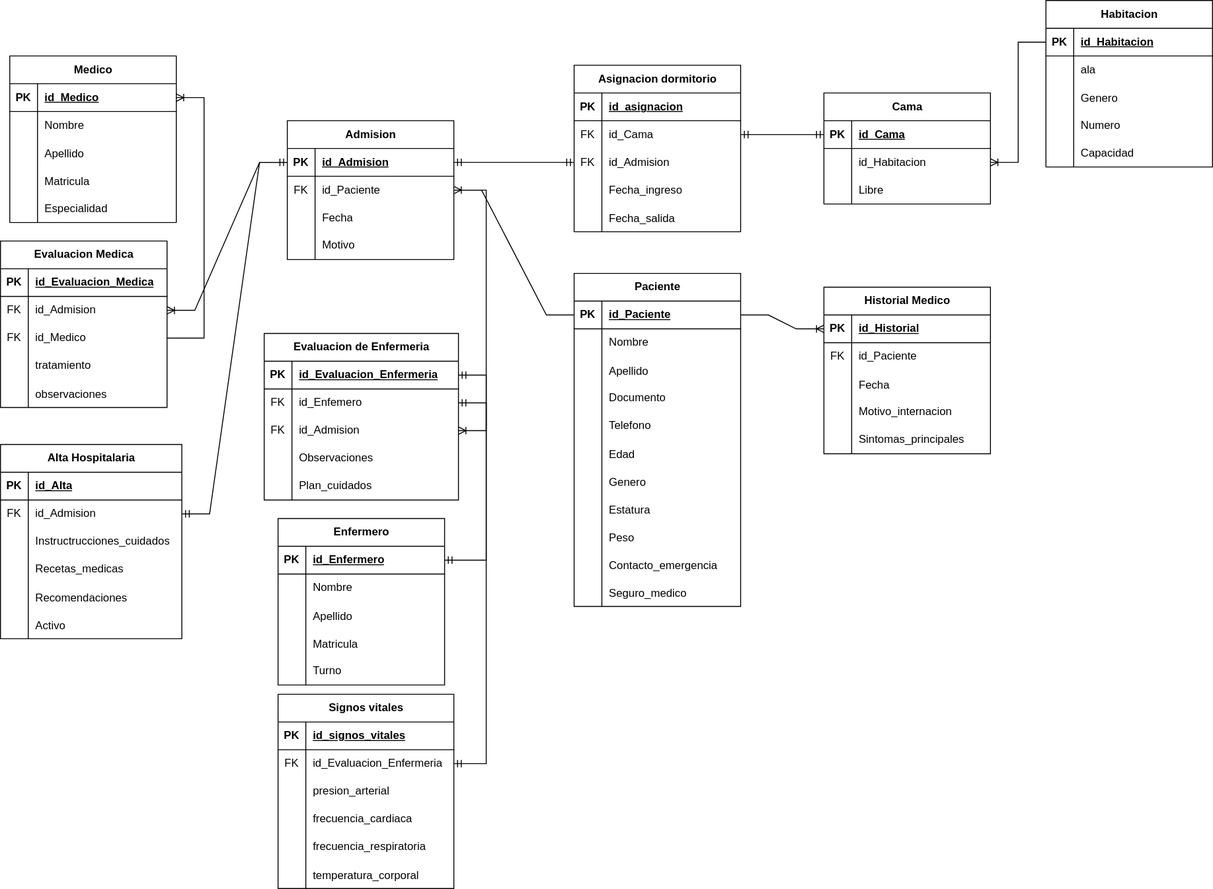
Tomas-Suarez/Integrador-web-II keeps this draw.io diagram as Hospital Information System - DER.svg. Above is the earlier version. Source tidied: cells renumbered, new cells last; positions are measured from the earlier drawing's top-left corner, leaving out a move shared by most shapes.
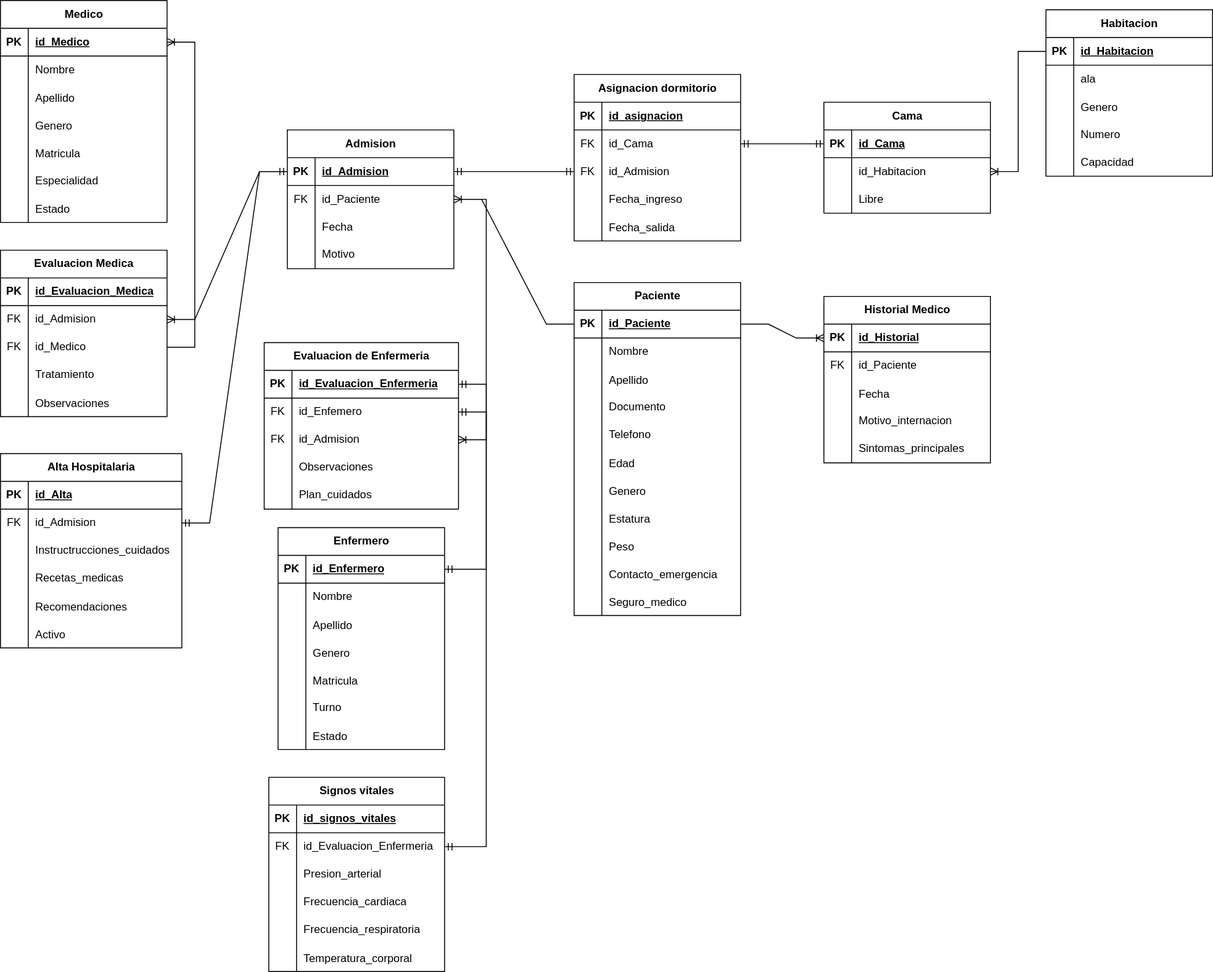
After the commit.

Diff of the diagram source:
```diff
@@ -327,7 +327,7 @@
       <mxGeometry x="30" width="166" height="30" as="geometry" />
     </mxCell>
     <mxCell id="110" value="Enfermero" style="shape=table;startSize=30;rowLines=0;fontStyle=1;align=center;html=1;" parent="1" vertex="1">
-      <mxGeometry x="300" y="560" width="180" height="180" as="geometry" />
+      <mxGeometry x="300" y="560" width="180" height="240" as="geometry" />
     </mxCell>
     <mxCell id="111" style="shape=tableRow;horizontal=0;startSize=0;swimlaneHead=0;swimlaneBody=0;fillColor=none;points=[[0,0.5],[1,0.5]];portConstraint=eastwest;top=0;left=0;right=0;bottom=1;" parent="110" vertex="1">
       <mxGeometry y="30" width="180" height="30" as="geometry" />
@@ -356,8 +356,17 @@
     <mxCell id="119" value="Apellido" style="shape=partialRectangle;fillColor=none;top=0;left=0;bottom=0;right=0;align=left;spacingLeft=6;overflow=hidden;" parent="117" vertex="1">
       <mxGeometry x="30" width="150" height="30" as="geometry" />
     </mxCell>
+    <mxCell id="220" style="shape=tableRow;horizontal=0;startSize=0;swimlaneHead=0;swimlaneBody=0;fillColor=none;top=0;left=0;right=0;bottom=0;" parent="110" vertex="1">
+      <mxGeometry y="120" width="180" height="30" as="geometry" />
+    </mxCell>
+    <mxCell id="221" style="shape=partialRectangle;fillColor=none;top=0;left=0;bottom=0;right=0;overflow=hidden;" parent="220" vertex="1">
+      <mxGeometry width="30" height="30" as="geometry" />
+    </mxCell>
+    <mxCell id="222" value="Genero" style="shape=partialRectangle;fillColor=none;top=0;left=0;bottom=0;right=0;align=left;spacingLeft=6;overflow=hidden;" parent="220" vertex="1">
+      <mxGeometry x="30" width="150" height="30" as="geometry" />
+    </mxCell>
     <mxCell id="120" style="shape=tableRow;horizontal=0;startSize=0;swimlaneHead=0;swimlaneBody=0;fillColor=none;top=0;left=0;right=0;bottom=0;" parent="110" vertex="1">
-      <mxGeometry y="120" width="180" height="30" as="geometry" />
+      <mxGeometry y="150" width="180" height="30" as="geometry" />
     </mxCell>
     <mxCell id="121" style="shape=partialRectangle;fillColor=none;top=0;left=0;bottom=0;right=0;overflow=hidden;" parent="120" vertex="1">
       <mxGeometry width="30" height="30" as="geometry" />
@@ -366,7 +375,7 @@
       <mxGeometry x="30" width="150" height="30" as="geometry" />
     </mxCell>
     <mxCell id="123" style="shape=tableRow;horizontal=0;startSize=0;swimlaneHead=0;swimlaneBody=0;fillColor=none;top=0;left=0;right=0;bottom=0;" parent="110" vertex="1">
-      <mxGeometry y="150" width="180" height="30" as="geometry" />
+      <mxGeometry y="180" width="180" height="30" as="geometry" />
     </mxCell>
     <mxCell id="124" style="shape=partialRectangle;fillColor=none;top=0;left=0;bottom=0;right=0;overflow=hidden;whiteSpace=wrap;html=1;" parent="123" vertex="1">
       <mxGeometry width="30" height="30" as="geometry" />
@@ -374,6 +383,15 @@
     <mxCell id="125" value="Turno" style="shape=partialRectangle;fillColor=none;top=0;left=0;bottom=0;right=0;align=left;spacingLeft=6;overflow=hidden;whiteSpace=wrap;html=1;" parent="123" vertex="1">
       <mxGeometry x="30" width="150" height="30" as="geometry" />
     </mxCell>
+    <mxCell id="223" style="shape=tableRow;horizontal=0;startSize=0;swimlaneHead=0;swimlaneBody=0;fillColor=none;top=0;left=0;right=0;bottom=0;" parent="110" vertex="1">
+      <mxGeometry y="210" width="180" height="30" as="geometry" />
+    </mxCell>
+    <mxCell id="224" style="shape=partialRectangle;fillColor=none;top=0;left=0;bottom=0;right=0;overflow=hidden;" parent="223" vertex="1">
+      <mxGeometry width="30" height="30" as="geometry" />
+    </mxCell>
+    <mxCell id="225" value="Estado" style="shape=partialRectangle;fillColor=none;top=0;left=0;bottom=0;right=0;align=left;spacingLeft=6;overflow=hidden;" parent="223" vertex="1">
+      <mxGeometry x="30" width="150" height="30" as="geometry" />
+    </mxCell>
     <mxCell id="126" style="edgeStyle=entityRelationEdgeStyle;fontSize=12;html=1;endArrow=ERoneToMany;rounded=0;" parent="1" edge="1" source="76" target="69">
       <mxGeometry relative="1" as="geometry" />
     </mxCell>
@@ -473,7 +491,7 @@
     <mxCell id="158" style="shape=partialRectangle;fillColor=none;top=0;left=0;bottom=0;right=0;overflow=hidden;whiteSpace=wrap;html=1;" parent="157" vertex="1">
       <mxGeometry width="30" height="30" as="geometry" />
     </mxCell>
-    <mxCell id="159" value="tratamiento" style="shape=partialRectangle;fillColor=none;top=0;left=0;bottom=0;right=0;align=left;spacingLeft=6;overflow=hidden;whiteSpace=wrap;html=1;" parent="157" vertex="1">
+    <mxCell id="159" value="Tratamiento" style="shape=partialRectangle;fillColor=none;top=0;left=0;bottom=0;right=0;align=left;spacingLeft=6;overflow=hidden;whiteSpace=wrap;html=1;" parent="157" vertex="1">
       <mxGeometry x="30" width="150" height="30" as="geometry" />
     </mxCell>
     <mxCell id="160" style="shape=tableRow;horizontal=0;startSize=0;swimlaneHead=0;swimlaneBody=0;fillColor=none;top=0;left=0;right=0;bottom=0;" parent="147" vertex="1">
@@ -482,7 +500,7 @@
     <mxCell id="161" style="shape=partialRectangle;fillColor=none;top=0;left=0;bottom=0;right=0;overflow=hidden;" parent="160" vertex="1">
       <mxGeometry width="30" height="30" as="geometry" />
     </mxCell>
-    <mxCell id="162" value="observaciones" style="shape=partialRectangle;fillColor=none;top=0;left=0;bottom=0;right=0;align=left;spacingLeft=6;overflow=hidden;" parent="160" vertex="1">
+    <mxCell id="162" value="Observaciones" style="shape=partialRectangle;fillColor=none;top=0;left=0;bottom=0;right=0;align=left;spacingLeft=6;overflow=hidden;" parent="160" vertex="1">
       <mxGeometry x="30" width="150" height="30" as="geometry" />
     </mxCell>
     <mxCell id="163" value="Evaluacion de Enfermeria" style="shape=table;startSize=30;rowLines=0;fontStyle=1;align=center;html=1;" parent="1" vertex="1">
@@ -534,7 +552,7 @@
       <mxGeometry x="30" width="180" height="30" as="geometry" />
     </mxCell>
     <mxCell id="179" value="Medico" style="shape=table;startSize=30;rowLines=0;fontStyle=1;align=center;html=1;" parent="1" vertex="1">
-      <mxGeometry x="10" y="60" width="180" height="180" as="geometry" />
+      <mxGeometry y="-10" width="180" height="240" as="geometry" />
     </mxCell>
     <mxCell id="180" style="shape=tableRow;horizontal=0;startSize=0;swimlaneHead=0;swimlaneBody=0;fillColor=none;points=[[0,0.5],[1,0.5]];portConstraint=eastwest;top=0;left=0;right=0;bottom=1;" parent="179" vertex="1">
       <mxGeometry y="30" width="180" height="30" as="geometry" />
@@ -563,8 +581,17 @@
     <mxCell id="188" value="Apellido" style="shape=partialRectangle;fillColor=none;top=0;left=0;bottom=0;right=0;align=left;spacingLeft=6;overflow=hidden;" parent="186" vertex="1">
       <mxGeometry x="30" width="150" height="30" as="geometry" />
     </mxCell>
+    <mxCell id="226" style="shape=tableRow;horizontal=0;startSize=0;swimlaneHead=0;swimlaneBody=0;fillColor=none;top=0;left=0;right=0;bottom=0;" parent="179" vertex="1">
+      <mxGeometry y="120" width="180" height="30" as="geometry" />
+    </mxCell>
+    <mxCell id="227" style="shape=partialRectangle;fillColor=none;top=0;left=0;bottom=0;right=0;overflow=hidden;" parent="226" vertex="1">
+      <mxGeometry width="30" height="30" as="geometry" />
+    </mxCell>
+    <mxCell id="228" value="Genero" style="shape=partialRectangle;fillColor=none;top=0;left=0;bottom=0;right=0;align=left;spacingLeft=6;overflow=hidden;" parent="226" vertex="1">
+      <mxGeometry x="30" width="150" height="30" as="geometry" />
+    </mxCell>
     <mxCell id="189" style="shape=tableRow;horizontal=0;startSize=0;swimlaneHead=0;swimlaneBody=0;fillColor=none;top=0;left=0;right=0;bottom=0;" parent="179" vertex="1">
-      <mxGeometry y="120" width="180" height="30" as="geometry" />
+      <mxGeometry y="150" width="180" height="30" as="geometry" />
     </mxCell>
     <mxCell id="190" style="shape=partialRectangle;fillColor=none;top=0;left=0;bottom=0;right=0;overflow=hidden;" parent="189" vertex="1">
       <mxGeometry width="30" height="30" as="geometry" />
@@ -573,7 +600,7 @@
       <mxGeometry x="30" width="150" height="30" as="geometry" />
     </mxCell>
     <mxCell id="192" style="shape=tableRow;horizontal=0;startSize=0;swimlaneHead=0;swimlaneBody=0;fillColor=none;top=0;left=0;right=0;bottom=0;" parent="179" vertex="1">
-      <mxGeometry y="150" width="180" height="30" as="geometry" />
+      <mxGeometry y="180" width="180" height="30" as="geometry" />
     </mxCell>
     <mxCell id="193" style="shape=partialRectangle;fillColor=none;top=0;left=0;bottom=0;right=0;overflow=hidden;whiteSpace=wrap;html=1;" parent="192" vertex="1">
       <mxGeometry width="30" height="30" as="geometry" />
@@ -581,6 +608,15 @@
     <mxCell id="194" value="Especialidad" style="shape=partialRectangle;fillColor=none;top=0;left=0;bottom=0;right=0;align=left;spacingLeft=6;overflow=hidden;whiteSpace=wrap;html=1;" parent="192" vertex="1">
       <mxGeometry x="30" width="150" height="30" as="geometry" />
     </mxCell>
+    <mxCell id="229" style="shape=tableRow;horizontal=0;startSize=0;swimlaneHead=0;swimlaneBody=0;fillColor=none;top=0;left=0;right=0;bottom=0;" parent="179" vertex="1">
+      <mxGeometry y="210" width="180" height="30" as="geometry" />
+    </mxCell>
+    <mxCell id="230" style="shape=partialRectangle;fillColor=none;top=0;left=0;bottom=0;right=0;overflow=hidden;" parent="229" vertex="1">
+      <mxGeometry width="30" height="30" as="geometry" />
+    </mxCell>
+    <mxCell id="231" value="Estado" style="shape=partialRectangle;fillColor=none;top=0;left=0;bottom=0;right=0;align=left;spacingLeft=6;overflow=hidden;" parent="229" vertex="1">
+      <mxGeometry x="30" width="150" height="30" as="geometry" />
+    </mxCell>
     <mxCell id="195" style="edgeStyle=entityRelationEdgeStyle;fontSize=12;html=1;endArrow=ERoneToMany;rounded=0;" parent="1" edge="1" source="154" target="180">
       <mxGeometry relative="1" as="geometry" />
     </mxCell>
@@ -588,7 +624,7 @@
       <mxGeometry relative="1" as="geometry" />
     </mxCell>
     <mxCell id="197" value="Signos vitales" style="shape=table;startSize=30;rowLines=0;fontStyle=1;align=center;html=1;" parent="1" vertex="1">
-      <mxGeometry x="300" y="750" width="190" height="210" as="geometry" />
+      <mxGeometry x="290" y="830" width="190" height="210" as="geometry" />
     </mxCell>
     <mxCell id="198" style="shape=tableRow;horizontal=0;startSize=0;swimlaneHead=0;swimlaneBody=0;fillColor=none;top=0;left=0;right=0;bottom=1;" parent="197" vertex="1">
       <mxGeometry y="30" width="190" height="30" as="geometry" />
@@ -614,7 +650,7 @@
     <mxCell id="205" style="shape=partialRectangle;fillColor=none;top=0;left=0;bottom=0;right=0;overflow=hidden;whiteSpace=wrap;html=1;" parent="204" vertex="1">
       <mxGeometry width="30" height="30" as="geometry" />
     </mxCell>
-    <mxCell id="206" value="presion_arterial" style="shape=partialRectangle;fillColor=none;top=0;left=0;bottom=0;right=0;align=left;spacingLeft=6;overflow=hidden;whiteSpace=wrap;html=1;" parent="204" vertex="1">
+    <mxCell id="206" value="Presion_arterial" style="shape=partialRectangle;fillColor=none;top=0;left=0;bottom=0;right=0;align=left;spacingLeft=6;overflow=hidden;whiteSpace=wrap;html=1;" parent="204" vertex="1">
       <mxGeometry x="30" width="160" height="30" as="geometry" />
     </mxCell>
     <mxCell id="207" style="shape=tableRow;horizontal=0;startSize=0;swimlaneHead=0;swimlaneBody=0;fillColor=none;top=0;left=0;right=0;bottom=0;" parent="197" vertex="1">
@@ -623,7 +659,7 @@
     <mxCell id="208" style="shape=partialRectangle;fillColor=none;top=0;left=0;bottom=0;right=0;overflow=hidden;whiteSpace=wrap;html=1;" parent="207" vertex="1">
       <mxGeometry width="30" height="30" as="geometry" />
     </mxCell>
-    <mxCell id="209" value="frecuencia_cardiaca" style="shape=partialRectangle;fillColor=none;top=0;left=0;bottom=0;right=0;align=left;spacingLeft=6;overflow=hidden;whiteSpace=wrap;html=1;" parent="207" vertex="1">
+    <mxCell id="209" value="Frecuencia_cardiaca" style="shape=partialRectangle;fillColor=none;top=0;left=0;bottom=0;right=0;align=left;spacingLeft=6;overflow=hidden;whiteSpace=wrap;html=1;" parent="207" vertex="1">
       <mxGeometry x="30" width="160" height="30" as="geometry" />
     </mxCell>
     <mxCell id="210" style="shape=tableRow;horizontal=0;startSize=0;swimlaneHead=0;swimlaneBody=0;fillColor=none;top=0;left=0;right=0;bottom=0;" parent="197" vertex="1">
@@ -632,7 +668,7 @@
     <mxCell id="211" style="shape=partialRectangle;fillColor=none;top=0;left=0;bottom=0;right=0;overflow=hidden;whiteSpace=wrap;html=1;" parent="210" vertex="1">
       <mxGeometry width="30" height="30" as="geometry" />
     </mxCell>
-    <mxCell id="212" value="frecuencia_respiratoria" style="shape=partialRectangle;fillColor=none;top=0;left=0;bottom=0;right=0;align=left;spacingLeft=6;overflow=hidden;whiteSpace=wrap;html=1;" parent="210" vertex="1">
+    <mxCell id="212" value="Frecuencia_respiratoria" style="shape=partialRectangle;fillColor=none;top=0;left=0;bottom=0;right=0;align=left;spacingLeft=6;overflow=hidden;whiteSpace=wrap;html=1;" parent="210" vertex="1">
       <mxGeometry x="30" width="160" height="30" as="geometry" />
     </mxCell>
     <mxCell id="213" style="shape=tableRow;horizontal=0;startSize=0;swimlaneHead=0;swimlaneBody=0;fillColor=none;top=0;left=0;right=0;bottom=0;" parent="197" vertex="1">
@@ -641,7 +677,7 @@
     <mxCell id="214" style="shape=partialRectangle;fillColor=none;top=0;left=0;bottom=0;right=0;overflow=hidden;" parent="213" vertex="1">
       <mxGeometry width="30" height="30" as="geometry" />
     </mxCell>
-    <mxCell id="215" value="temperatura_corporal" style="shape=partialRectangle;fillColor=none;top=0;left=0;bottom=0;right=0;align=left;spacingLeft=6;overflow=hidden;" parent="213" vertex="1">
+    <mxCell id="215" value="Temperatura_corporal" style="shape=partialRectangle;fillColor=none;top=0;left=0;bottom=0;right=0;align=left;spacingLeft=6;overflow=hidden;" parent="213" vertex="1">
       <mxGeometry x="30" width="160" height="30" as="geometry" />
     </mxCell>
     <mxCell id="216" style="edgeStyle=entityRelationEdgeStyle;fontSize=12;html=1;endArrow=ERmandOne;startArrow=ERmandOne;rounded=0;" parent="1" edge="1" source="164" target="201">
```
